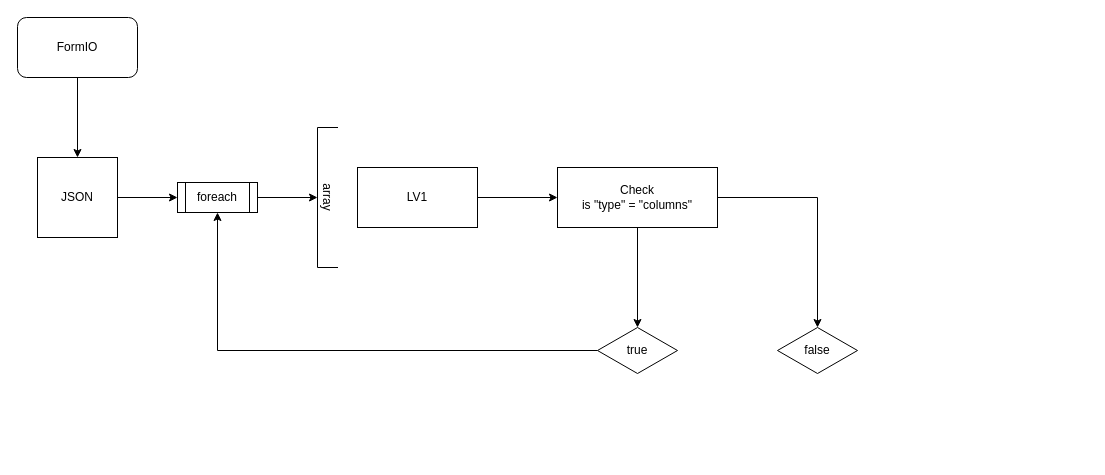
Above: formio.drawio in mitgaming/drawio (draw.io), before the change. Source tidied: cells renumbered, new cells numbered last; positions are measured from the earlier drawing's top-left corner, leaving out a move shared by most shapes. Both pictures are drawn from the tidied source at 100%, with x=0, y=0 at pixel (17, 17).
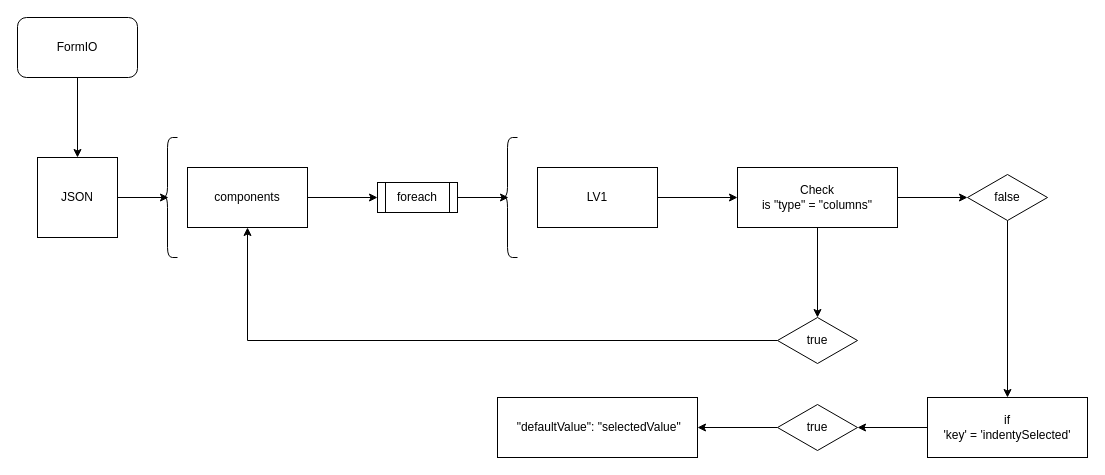
The same diagram, later.

Commit message (it also covers changes not shown here):
Cập nhật formio.drawio

The change refers to these unchanged cells:
```xml
<mxCell id="5" value="JSON" style="whiteSpace=wrap;html=1;" parent="1" vertex="1">
  <mxGeometry x="20" y="140" width="80" height="80" as="geometry" />
</mxCell>
```

What changed in the source:
```diff
@@
-    <mxCell id="4" style="edgeStyle=orthogonalEdgeStyle;rounded=0;jettySize=auto;html=1;" parent="1" edge="1" source="5" target="16">
-      <mxGeometry relative="1" as="geometry" />
-    </mxCell>
+    <mxCell id="17" style="edgeStyle=orthogonalEdgeStyle;rounded=0;jettySize=auto;html=1;entryX=0.55;entryY=0.5;entryDx=0;entryDy=0;entryPerimeter=0;" parent="1" edge="1" source="5" target="21">
+      <mxGeometry relative="1" as="geometry" />
+    </mxCell>
@@
     <mxCell id="7" value="LV1" style="rounded=0;whiteSpace=wrap;html=1;" parent="1" vertex="1">
-      <mxGeometry x="340" y="150" width="120" height="60" as="geometry" />
+      <mxGeometry x="520" y="150" width="120" height="60" as="geometry" />
     </mxCell>
-    <mxCell id="8" value="array" style="shape=partialRectangle;whiteSpace=wrap;html=1;bottom=1;right=1;left=1;top=0;fillColor=none;routingCenterX=-0.5;rotation=90;" parent="1" vertex="1">
-      <mxGeometry x="240" y="170" width="140" height="20" as="geometry" />
-    </mxCell>
@@
     <mxCell id="11" value="Check&lt;br&gt;is&amp;nbsp;&quot;type&quot; = &quot;columns&quot;" style="rounded=0;whiteSpace=wrap;html=1;" parent="1" vertex="1">
-      <mxGeometry x="540" y="150" width="160" height="60" as="geometry" />
+      <mxGeometry x="720" y="150" width="160" height="60" as="geometry" />
     </mxCell>
-    <mxCell id="12" style="edgeStyle=orthogonalEdgeStyle;rounded=0;jettySize=auto;html=1;entryX=0.5;entryY=1;entryDx=0;entryDy=0;" parent="1" edge="1" source="13" target="16">
-      <mxGeometry relative="1" as="geometry" />
-    </mxCell>
+    <mxCell id="18" style="edgeStyle=orthogonalEdgeStyle;rounded=0;jettySize=auto;html=1;entryX=0.5;entryY=1;entryDx=0;entryDy=0;" parent="1" edge="1" source="13" target="24">
+      <mxGeometry relative="1" as="geometry" />
+    </mxCell>
     <mxCell id="13" value="true" style="rhombus;whiteSpace=wrap;html=1;" parent="1" vertex="1">
-      <mxGeometry x="580" y="310" width="80" height="46" as="geometry" />
+      <mxGeometry x="760" y="300" width="80" height="46" as="geometry" />
     </mxCell>
+    <mxCell id="19" style="edgeStyle=orthogonalEdgeStyle;rounded=0;jettySize=auto;html=1;" parent="1" edge="1" source="14" target="26">
+      <mxGeometry relative="1" as="geometry" />
+    </mxCell>
     <mxCell id="14" value="false" style="rhombus;whiteSpace=wrap;html=1;" parent="1" vertex="1">
-      <mxGeometry x="760" y="310" width="80" height="46" as="geometry" />
+      <mxGeometry x="950" y="157" width="80" height="46" as="geometry" />
     </mxCell>
-    <mxCell id="15" style="edgeStyle=orthogonalEdgeStyle;rounded=0;jettySize=auto;html=1;" parent="1" edge="1" source="16" target="8">
-      <mxGeometry relative="1" as="geometry" />
-    </mxCell>
+    <mxCell id="20" style="edgeStyle=orthogonalEdgeStyle;rounded=0;jettySize=auto;html=1;entryX=0.55;entryY=0.5;entryDx=0;entryDy=0;entryPerimeter=0;" parent="1" edge="1" source="16" target="22">
+      <mxGeometry relative="1" as="geometry" />
+    </mxCell>
     <mxCell id="16" value="foreach" style="shape=process;whiteSpace=wrap;html=1;backgroundOutline=1;" parent="1" vertex="1">
-      <mxGeometry x="160" y="165" width="80" height="30" as="geometry" />
+      <mxGeometry x="360" y="165" width="80" height="30" as="geometry" />
     </mxCell>
+    <mxCell id="21" style="shape=curlyBracket;whiteSpace=wrap;html=1;rounded=1;" parent="1" vertex="1">
+      <mxGeometry x="140" y="120" width="20" height="120" as="geometry" />
+    </mxCell>
+    <mxCell id="22" style="shape=curlyBracket;whiteSpace=wrap;html=1;rounded=1;" parent="1" vertex="1">
+      <mxGeometry x="480" y="120" width="20" height="120" as="geometry" />
+    </mxCell>
+    <mxCell id="23" style="edgeStyle=orthogonalEdgeStyle;rounded=0;jettySize=auto;html=1;" parent="1" edge="1" source="24" target="16">
+      <mxGeometry relative="1" as="geometry" />
+    </mxCell>
+    <mxCell id="24" value="components" style="rounded=0;whiteSpace=wrap;html=1;" parent="1" vertex="1">
+      <mxGeometry x="170" y="150" width="120" height="60" as="geometry" />
+    </mxCell>
+    <mxCell id="25" style="edgeStyle=orthogonalEdgeStyle;rounded=0;jettySize=auto;html=1;" parent="1" edge="1" source="26" target="28">
+      <mxGeometry relative="1" as="geometry" />
+    </mxCell>
+    <mxCell id="26" value="if&lt;br&gt;'key' = 'indentySelected'" style="rounded=0;whiteSpace=wrap;html=1;" parent="1" vertex="1">
+      <mxGeometry x="910" y="380" width="160" height="60" as="geometry" />
+    </mxCell>
+    <mxCell id="27" style="edgeStyle=orthogonalEdgeStyle;rounded=0;jettySize=auto;html=1;entryX=1;entryY=0.5;entryDx=0;entryDy=0;" parent="1" edge="1" source="28" target="29">
+      <mxGeometry relative="1" as="geometry" />
+    </mxCell>
+    <mxCell id="28" value="true" style="rhombus;whiteSpace=wrap;html=1;" parent="1" vertex="1">
+      <mxGeometry x="760" y="387" width="80" height="46" as="geometry" />
+    </mxCell>
+    <mxCell id="29" value="&amp;nbsp;&quot;defaultValue&quot;: &quot;selectedValue&quot;" style="rounded=0;whiteSpace=wrap;html=1;" parent="1" vertex="1">
+      <mxGeometry x="480" y="380" width="200" height="60" as="geometry" />
+    </mxCell>
```
